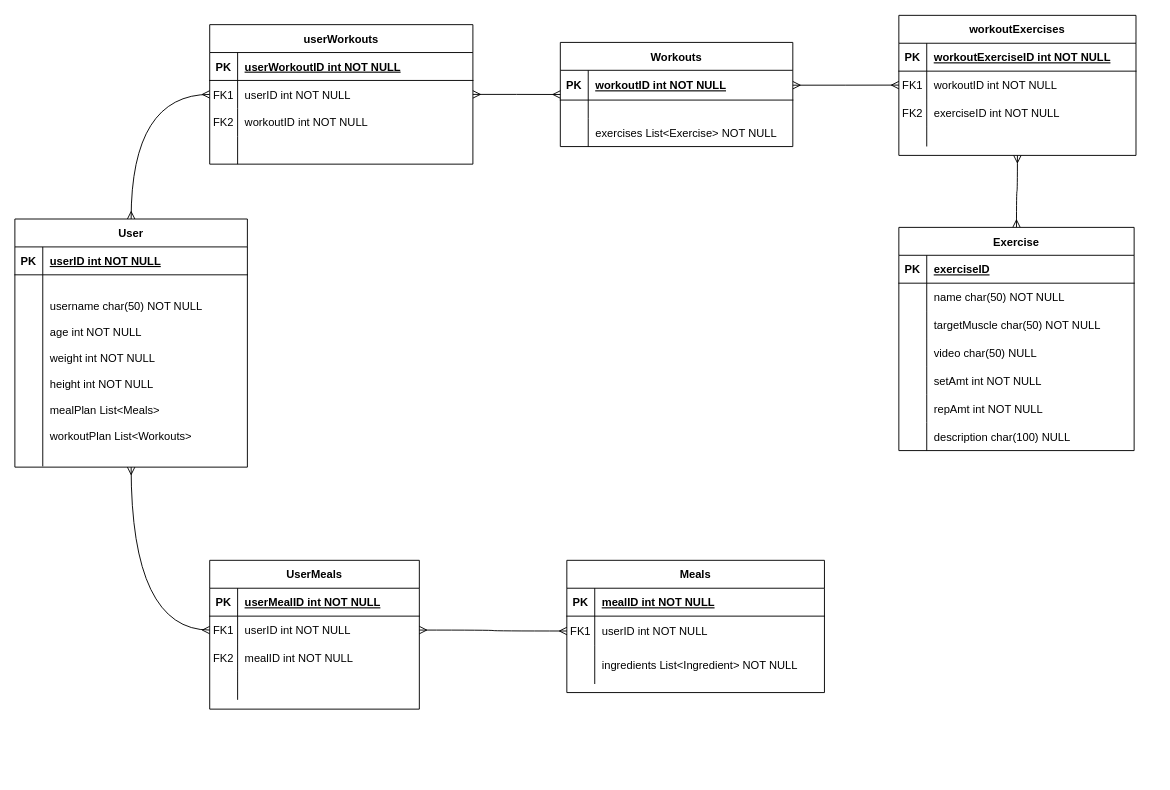
Before: HomieGainz ER Diagram.drawio in Scipion2002/HomieGainz, a draw.io diagram. Source tidied: cells renumbered, new cells numbered last; positions are measured from the earlier drawing's top-left corner, leaving out a move shared by most shapes. Both pictures are drawn from the tidied source at 93%, with x=0, y=0 at pixel (15, 15).
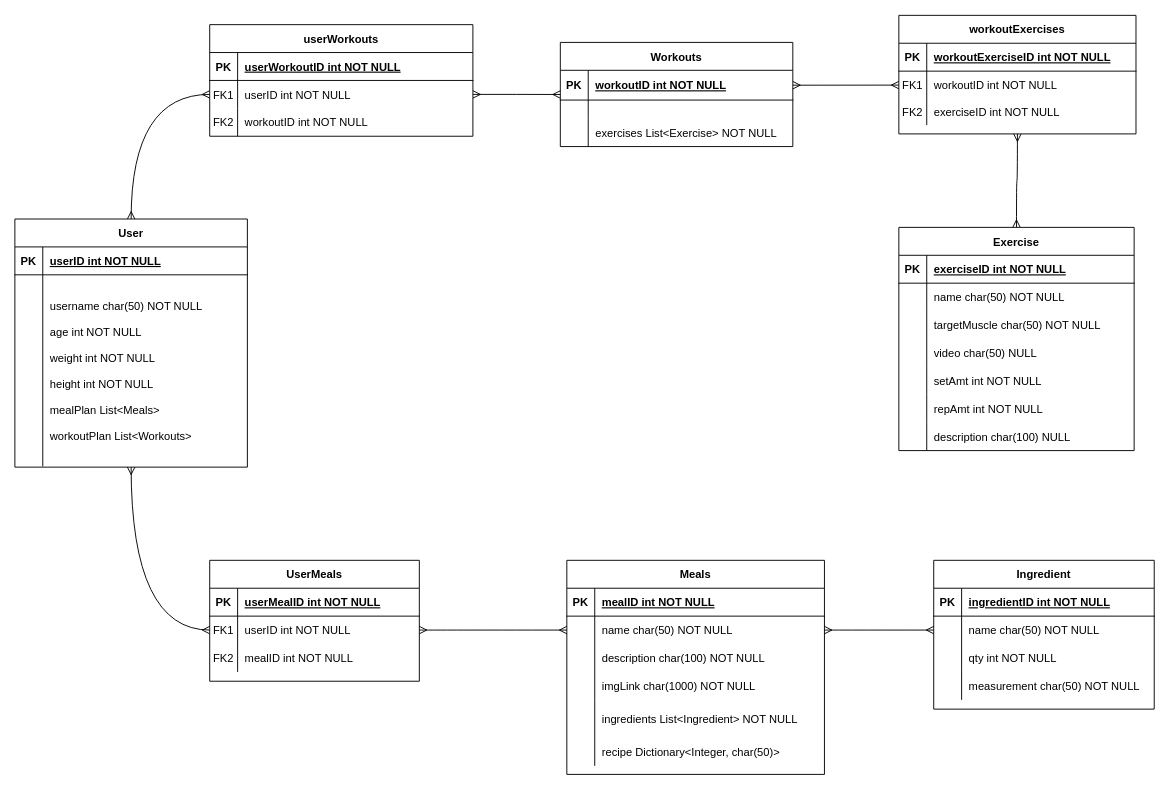
After the change.

Commit message:
Added Meals and Ingredient

The change refers to these unchanged cells:
```xml
<mxCell id="33" style="shape=tableRow;horizontal=0;startSize=0;swimlaneHead=0;swimlaneBody=0;fillColor=none;top=0;left=0;right=0;bottom=1;" parent="32" vertex="1">
  <mxGeometry y="30" width="253" height="30" as="geometry" />
</mxCell>
<mxCell id="86" style="shape=tableRow;horizontal=0;startSize=0;swimlaneHead=0;swimlaneBody=0;fillColor=none;points=[[0,0.5],[1,0.5]];portConstraint=eastwest;top=0;left=0;right=0;bottom=0;" parent="82" vertex="1">
  <mxGeometry y="60" width="225.4" height="30" as="geometry" />
</mxCell>
```

The edit, as a diff of the source:
```diff
@@
     <mxCell id="13" value="Meals" style="shape=table;startSize=30;childLayout=tableLayout;rowLines=0;fontStyle=1;align=center;" parent="1" vertex="1">
-      <mxGeometry x="593" y="586" width="277" height="142.2" as="geometry" />
+      <mxGeometry x="593" y="586" width="277" height="230.2" as="geometry" />
     </mxCell>
@@
-    <mxCell id="17" style="shape=partialRectangle;fillColor=none;points=[[0,0.5],[1,0.5]];portConstraint=eastwest;top=0;left=0;right=0;bottom=0;" parent="13" vertex="1">
-      <mxGeometry y="60" width="277" height="32" as="geometry" />
-    </mxCell>
-    <mxCell id="18" value="FK1" style="shape=partialRectangle;overflow=hidden;fillColor=none;top=0;left=0;bottom=0;right=0;" parent="17" vertex="1">
-      <mxGeometry width="30" height="32" as="geometry" />
-    </mxCell>
-    <mxCell id="19" value="userID int NOT NULL" style="shape=partialRectangle;overflow=hidden;fillColor=none;top=0;left=0;bottom=0;right=0;align=left;spacingLeft=6;" parent="17" vertex="1">
-      <mxGeometry x="30" width="247" height="32" as="geometry" />
-    </mxCell>
+    <mxCell id="96" style="shape=tableRow;horizontal=0;startSize=0;swimlaneHead=0;swimlaneBody=0;fillColor=none;points=[[0,0.5],[1,0.5]];portConstraint=eastwest;top=0;left=0;right=0;bottom=0;" parent="13" vertex="1">
+      <mxGeometry y="60" width="277" height="30" as="geometry" />
+    </mxCell>
+    <mxCell id="97" style="shape=partialRectangle;fillColor=none;top=0;left=0;bottom=0;right=0;overflow=hidden;" parent="96" vertex="1">
+      <mxGeometry width="30" height="30" as="geometry" />
+    </mxCell>
+    <mxCell id="98" value="name char(50) NOT NULL" style="shape=partialRectangle;fillColor=none;top=0;left=0;bottom=0;right=0;align=left;spacingLeft=6;overflow=hidden;" parent="96" vertex="1">
+      <mxGeometry x="30" width="247" height="30" as="geometry" />
+    </mxCell>
+    <mxCell id="99" style="shape=tableRow;horizontal=0;startSize=0;swimlaneHead=0;swimlaneBody=0;fillColor=none;top=0;left=0;right=0;bottom=0;" parent="13" vertex="1">
+      <mxGeometry y="90" width="277" height="30" as="geometry" />
+    </mxCell>
+    <mxCell id="100" style="shape=partialRectangle;fillColor=none;top=0;left=0;bottom=0;right=0;overflow=hidden;" parent="99" vertex="1">
+      <mxGeometry width="30" height="30" as="geometry" />
+    </mxCell>
+    <mxCell id="101" value="description char(100) NOT NULL" style="shape=partialRectangle;fillColor=none;top=0;left=0;bottom=0;right=0;align=left;spacingLeft=6;overflow=hidden;" parent="99" vertex="1">
+      <mxGeometry x="30" width="247" height="30" as="geometry" />
+    </mxCell>
+    <mxCell id="102" style="shape=tableRow;horizontal=0;startSize=0;swimlaneHead=0;swimlaneBody=0;fillColor=none;top=0;left=0;right=0;bottom=0;" parent="13" vertex="1">
+      <mxGeometry y="120" width="277" height="30" as="geometry" />
+    </mxCell>
+    <mxCell id="103" style="shape=partialRectangle;fillColor=none;top=0;left=0;bottom=0;right=0;overflow=hidden;" parent="102" vertex="1">
+      <mxGeometry width="30" height="30" as="geometry" />
+    </mxCell>
+    <mxCell id="104" value="imgLink char(1000) NOT NULL" style="shape=partialRectangle;fillColor=none;top=0;left=0;bottom=0;right=0;align=left;spacingLeft=6;overflow=hidden;" parent="102" vertex="1">
+      <mxGeometry x="30" width="247" height="30" as="geometry" />
+    </mxCell>
     <mxCell id="20" style="shape=partialRectangle;fillColor=none;top=0;left=0;right=0;bottom=0;" parent="13" vertex="1">
-      <mxGeometry y="92" width="277" height="41" as="geometry" />
+      <mxGeometry y="150" width="277" height="41" as="geometry" />
     </mxCell>
@@
+    <mxCell id="105" style="shape=tableRow;horizontal=0;startSize=0;swimlaneHead=0;swimlaneBody=0;fillColor=none;top=0;left=0;right=0;bottom=0;" parent="13" vertex="1">
+      <mxGeometry y="191" width="277" height="30" as="geometry" />
+    </mxCell>
+    <mxCell id="106" style="shape=partialRectangle;fillColor=none;top=0;left=0;bottom=0;right=0;overflow=hidden;" parent="105" vertex="1">
+      <mxGeometry width="30" height="30" as="geometry" />
+    </mxCell>
+    <mxCell id="107" value="recipe Dictionary&lt;Integer, char(50)&gt;" style="shape=partialRectangle;fillColor=none;top=0;left=0;bottom=0;right=0;align=left;spacingLeft=6;overflow=hidden;" parent="105" vertex="1">
+      <mxGeometry x="30" width="247" height="30" as="geometry" />
+    </mxCell>
@@
-    <mxCell id="35" value="exerciseID" style="shape=partialRectangle;fillColor=none;top=0;left=0;bottom=0;right=0;align=left;spacingLeft=6;fontStyle=5;overflow=hidden;" parent="33" vertex="1">
+    <mxCell id="35" value="exerciseID int NOT NULL" style="shape=partialRectangle;fillColor=none;top=0;left=0;bottom=0;right=0;align=left;spacingLeft=6;fontStyle=5;overflow=hidden;" parent="33" vertex="1">
       <mxGeometry x="30" width="223" height="30" as="geometry" />
     </mxCell>
@@
     <mxCell id="54" value="userWorkouts" style="shape=table;startSize=30;childLayout=tableLayout;rowLines=0;fontStyle=1;align=center;" parent="1" vertex="1">
-      <mxGeometry x="209" y="10" width="283" height="150" as="geometry" />
+      <mxGeometry x="209" y="10" width="283" height="120" as="geometry" />
     </mxCell>
@@
-    <mxCell id="64" style="shape=tableRow;horizontal=0;startSize=0;swimlaneHead=0;swimlaneBody=0;fillColor=none;top=0;left=0;right=0;bottom=0;" parent="54" vertex="1">
-      <mxGeometry y="120" width="283" height="30" as="geometry" />
-    </mxCell>
-    <mxCell id="65" style="shape=partialRectangle;fillColor=none;top=0;left=0;bottom=0;right=0;overflow=hidden;" parent="64" vertex="1">
-      <mxGeometry width="30" height="30" as="geometry" />
-    </mxCell>
-    <mxCell id="66" style="shape=partialRectangle;fillColor=none;top=0;left=0;bottom=0;right=0;align=left;spacingLeft=6;overflow=hidden;" parent="64" vertex="1">
-      <mxGeometry x="30" width="253" height="30" as="geometry" />
-    </mxCell>
@@
     <mxCell id="68" value="workoutExercises" style="shape=table;startSize=30;childLayout=tableLayout;rowLines=0;fontStyle=1;align=center;" parent="1" vertex="1">
-      <mxGeometry x="950" width="255" height="150.6" as="geometry" />
+      <mxGeometry x="950" width="255" height="127.5" as="geometry" />
     </mxCell>
@@
     <mxCell id="75" style="shape=tableRow;horizontal=0;startSize=0;swimlaneHead=0;swimlaneBody=0;fillColor=none;top=0;left=0;right=0;bottom=0;" parent="68" vertex="1">
-      <mxGeometry y="90" width="255" height="30" as="geometry" />
+      <mxGeometry y="90" width="255" height="28" as="geometry" />
     </mxCell>
     <mxCell id="76" value="FK2" style="shape=partialRectangle;fillColor=none;top=0;left=0;bottom=0;right=0;overflow=hidden;" parent="75" vertex="1">
-      <mxGeometry width="30" height="30" as="geometry" />
+      <mxGeometry width="30" height="28" as="geometry" />
     </mxCell>
     <mxCell id="77" value="exerciseID int NOT NULL" style="shape=partialRectangle;fillColor=none;top=0;left=0;bottom=0;right=0;align=left;spacingLeft=6;overflow=hidden;" parent="75" vertex="1">
-      <mxGeometry x="30" width="225" height="30" as="geometry" />
+      <mxGeometry x="30" width="225" height="28" as="geometry" />
     </mxCell>
-    <mxCell id="78" style="shape=tableRow;horizontal=0;startSize=0;swimlaneHead=0;swimlaneBody=0;fillColor=none;top=0;left=0;right=0;bottom=0;" parent="68" vertex="1">
-      <mxGeometry y="120" width="255" height="21" as="geometry" />
-    </mxCell>
-    <mxCell id="79" style="shape=partialRectangle;fillColor=none;top=0;left=0;bottom=0;right=0;overflow=hidden;" parent="78" vertex="1">
-      <mxGeometry width="30" height="21" as="geometry" />
-    </mxCell>
-    <mxCell id="80" style="shape=partialRectangle;fillColor=none;top=0;left=0;bottom=0;right=0;align=left;spacingLeft=6;overflow=hidden;" parent="78" vertex="1">
-      <mxGeometry x="30" width="225" height="21" as="geometry" />
-    </mxCell>
@@
     <mxCell id="82" value="UserMeals" style="shape=table;startSize=30;childLayout=tableLayout;rowLines=0;fontStyle=1;align=center;" parent="1" vertex="1">
-      <mxGeometry x="209" y="586" width="225.4" height="160" as="geometry" />
+      <mxGeometry x="209" y="586" width="225.4" height="130" as="geometry" />
     </mxCell>
@@
-    <mxCell id="92" style="shape=tableRow;horizontal=0;startSize=0;swimlaneHead=0;swimlaneBody=0;fillColor=none;top=0;left=0;right=0;bottom=0;" parent="82" vertex="1">
-      <mxGeometry y="120" width="225.4" height="30" as="geometry" />
-    </mxCell>
-    <mxCell id="93" style="shape=partialRectangle;fillColor=none;top=0;left=0;bottom=0;right=0;overflow=hidden;" parent="92" vertex="1">
-      <mxGeometry width="30" height="30" as="geometry" />
-    </mxCell>
-    <mxCell id="94" style="shape=partialRectangle;fillColor=none;top=0;left=0;bottom=0;right=0;align=left;spacingLeft=6;overflow=hidden;" parent="92" vertex="1">
-      <mxGeometry x="30" width="195.4" height="30" as="geometry" />
-    </mxCell>
-    <mxCell id="95" style="edgeStyle=orthogonalEdgeStyle;curved=1;rounded=0;jettySize=auto;html=1;entryX=0;entryY=0.5;entryDx=0;entryDy=0;startArrow=ERmany;startFill=0;endArrow=ERmany;endFill=0;" parent="1" edge="1" source="86" target="17">
+    <mxCell id="95" style="edgeStyle=orthogonalEdgeStyle;curved=1;rounded=0;jettySize=auto;html=1;entryX=0;entryY=0.5;entryDx=0;entryDy=0;startArrow=ERmany;startFill=0;endArrow=ERmany;endFill=0;" parent="1" edge="1" source="86" target="96">
       <mxGeometry relative="1" as="geometry" />
     </mxCell>
+    <mxCell id="108" value="Ingredient" style="shape=table;startSize=30;childLayout=tableLayout;rowLines=0;fontStyle=1;align=center;" parent="1" vertex="1">
+      <mxGeometry x="987.5" y="586" width="237.1" height="160" as="geometry" />
+    </mxCell>
+    <mxCell id="109" style="shape=tableRow;horizontal=0;startSize=0;swimlaneHead=0;swimlaneBody=0;fillColor=none;top=0;left=0;right=0;bottom=1;" parent="108" vertex="1">
+      <mxGeometry y="30" width="237.1" height="30" as="geometry" />
+    </mxCell>
+    <mxCell id="110" value="PK" style="shape=partialRectangle;fillColor=none;top=0;left=0;bottom=0;right=0;fontStyle=1;overflow=hidden;" parent="109" vertex="1">
+      <mxGeometry width="30" height="30" as="geometry" />
+    </mxCell>
+    <mxCell id="111" value="ingredientID int NOT NULL" style="shape=partialRectangle;fillColor=none;top=0;left=0;bottom=0;right=0;align=left;spacingLeft=6;fontStyle=5;overflow=hidden;" parent="109" vertex="1">
+      <mxGeometry x="30" width="207.1" height="30" as="geometry" />
+    </mxCell>
+    <mxCell id="112" style="shape=tableRow;horizontal=0;startSize=0;swimlaneHead=0;swimlaneBody=0;fillColor=none;points=[[0,0.5],[1,0.5]];portConstraint=eastwest;top=0;left=0;right=0;bottom=0;" parent="108" vertex="1">
+      <mxGeometry y="60" width="237.1" height="30" as="geometry" />
+    </mxCell>
+    <mxCell id="113" style="shape=partialRectangle;fillColor=none;top=0;left=0;bottom=0;right=0;overflow=hidden;" parent="112" vertex="1">
+      <mxGeometry width="30" height="30" as="geometry" />
+    </mxCell>
+    <mxCell id="114" value="name char(50) NOT NULL" style="shape=partialRectangle;fillColor=none;top=0;left=0;bottom=0;right=0;align=left;spacingLeft=6;overflow=hidden;" parent="112" vertex="1">
+      <mxGeometry x="30" width="207.1" height="30" as="geometry" />
+    </mxCell>
+    <mxCell id="115" style="shape=tableRow;horizontal=0;startSize=0;swimlaneHead=0;swimlaneBody=0;fillColor=none;top=0;left=0;right=0;bottom=0;" parent="108" vertex="1">
+      <mxGeometry y="90" width="237.1" height="30" as="geometry" />
+    </mxCell>
+    <mxCell id="116" style="shape=partialRectangle;fillColor=none;top=0;left=0;bottom=0;right=0;overflow=hidden;" parent="115" vertex="1">
+      <mxGeometry width="30" height="30" as="geometry" />
+    </mxCell>
+    <mxCell id="117" value="qty int NOT NULL" style="shape=partialRectangle;fillColor=none;top=0;left=0;bottom=0;right=0;align=left;spacingLeft=6;overflow=hidden;" parent="115" vertex="1">
+      <mxGeometry x="30" width="207.1" height="30" as="geometry" />
+    </mxCell>
+    <mxCell id="118" style="shape=tableRow;horizontal=0;startSize=0;swimlaneHead=0;swimlaneBody=0;fillColor=none;top=0;left=0;right=0;bottom=0;" parent="108" vertex="1">
+      <mxGeometry y="120" width="237.1" height="30" as="geometry" />
+    </mxCell>
+    <mxCell id="119" style="shape=partialRectangle;fillColor=none;top=0;left=0;bottom=0;right=0;overflow=hidden;" parent="118" vertex="1">
+      <mxGeometry width="30" height="30" as="geometry" />
+    </mxCell>
+    <mxCell id="120" value="measurement char(50) NOT NULL" style="shape=partialRectangle;fillColor=none;top=0;left=0;bottom=0;right=0;align=left;spacingLeft=6;overflow=hidden;" parent="118" vertex="1">
+      <mxGeometry x="30" width="207.1" height="30" as="geometry" />
+    </mxCell>
+    <mxCell id="121" style="edgeStyle=orthogonalEdgeStyle;curved=1;rounded=0;jettySize=auto;html=1;exitX=1;exitY=0.5;exitDx=0;exitDy=0;entryX=0;entryY=0.5;entryDx=0;entryDy=0;startArrow=ERmany;startFill=0;endArrow=ERmany;endFill=0;" parent="1" edge="1" source="96" target="112">
+      <mxGeometry relative="1" as="geometry" />
+    </mxCell>
```
